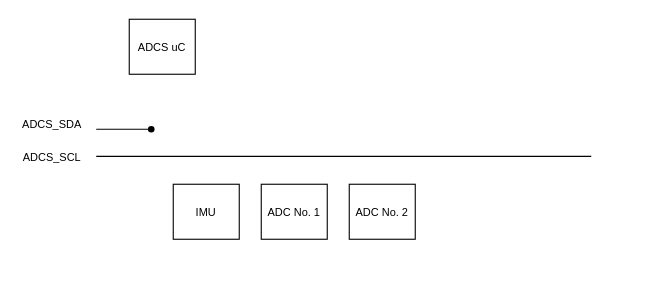
Earlier version of the draw.io diagram ADCS/media/adcs_network.drawio (Quetzal-1-CubeSat-Team/quetzal1-flight-software). Source tidied: cells renumbered, new cells numbered last; positions are measured from the earlier drawing's top-left corner, leaving out a move shared by most shapes. Both pictures are drawn from the tidied source at 110%, with x=0, y=0 at pixel (19, 19).
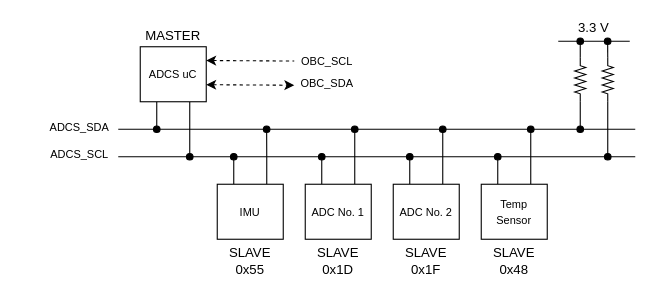
After the change.

Commit message (it also covers changes not shown here):
Added adcs_network (#3)

Change to the diagram source:
```diff
@@
+    <mxCell id="11" style="edgeStyle=orthogonalEdgeStyle;rounded=0;jettySize=auto;html=1;exitX=0.25;exitY=1;exitDx=0;exitDy=0;endArrow=oval;endFill=1;" parent="1" edge="1" source="2">
+      <mxGeometry relative="1" as="geometry">
+        <mxPoint x="125" y="100" as="targetPoint" />
+      </mxGeometry>
+    </mxCell>
+    <mxCell id="12" style="edgeStyle=orthogonalEdgeStyle;rounded=0;jettySize=auto;html=1;exitX=0.75;exitY=1;exitDx=0;exitDy=0;endArrow=oval;endFill=1;" parent="1" edge="1" source="2">
+      <mxGeometry relative="1" as="geometry">
+        <mxPoint x="155" y="125" as="targetPoint" />
+      </mxGeometry>
+    </mxCell>
     <mxCell id="2" value="&lt;font style=&quot;font-size: 10px;&quot;&gt;ADCS uC&lt;/font&gt;" style="rounded=0;whiteSpace=wrap;html=1;" parent="1" vertex="1">
-      <mxGeometry x="100" width="60" height="50" as="geometry" />
+      <mxGeometry x="110" y="25" width="60" height="50" as="geometry" />
     </mxCell>
+    <mxCell id="13" style="edgeStyle=orthogonalEdgeStyle;rounded=0;jettySize=auto;html=1;exitX=0.25;exitY=0;exitDx=0;exitDy=0;endArrow=oval;endFill=1;" parent="1" edge="1" source="3">
+      <mxGeometry relative="1" as="geometry">
+        <mxPoint x="195" y="125" as="targetPoint" />
+      </mxGeometry>
+    </mxCell>
+    <mxCell id="14" style="edgeStyle=orthogonalEdgeStyle;rounded=0;jettySize=auto;html=1;exitX=0.75;exitY=0;exitDx=0;exitDy=0;endArrow=oval;endFill=1;" parent="1" edge="1" source="3">
+      <mxGeometry relative="1" as="geometry">
+        <mxPoint x="224.9" y="100" as="targetPoint" />
+      </mxGeometry>
+    </mxCell>
     <mxCell id="3" value="&lt;font style=&quot;font-size: 10px;&quot;&gt;IMU&lt;/font&gt;" style="rounded=0;whiteSpace=wrap;html=1;" parent="1" vertex="1">
-      <mxGeometry x="140" y="150" width="60" height="50" as="geometry" />
+      <mxGeometry x="180" y="150" width="60" height="50" as="geometry" />
     </mxCell>
+    <mxCell id="15" style="edgeStyle=orthogonalEdgeStyle;rounded=0;jettySize=auto;html=1;exitX=0.25;exitY=0;exitDx=0;exitDy=0;endArrow=oval;endFill=1;" parent="1" edge="1" source="4">
+      <mxGeometry relative="1" as="geometry">
+        <mxPoint x="275" y="125" as="targetPoint" />
+      </mxGeometry>
+    </mxCell>
+    <mxCell id="16" style="edgeStyle=orthogonalEdgeStyle;rounded=0;jettySize=auto;html=1;exitX=0.75;exitY=0;exitDx=0;exitDy=0;endArrow=oval;endFill=1;" parent="1" edge="1" source="4">
+      <mxGeometry relative="1" as="geometry">
+        <mxPoint x="305" y="100" as="targetPoint" />
+      </mxGeometry>
+    </mxCell>
     <mxCell id="4" value="&lt;span style=&quot;font-size: 10px;&quot;&gt;ADC No. 1&lt;/span&gt;" style="rounded=0;whiteSpace=wrap;html=1;" parent="1" vertex="1">
-      <mxGeometry x="220" y="150" width="60" height="50" as="geometry" />
+      <mxGeometry x="260" y="150" width="60" height="50" as="geometry" />
     </mxCell>
+    <mxCell id="17" style="edgeStyle=orthogonalEdgeStyle;rounded=0;jettySize=auto;html=1;exitX=0.25;exitY=0;exitDx=0;exitDy=0;endArrow=oval;endFill=1;" parent="1" edge="1" source="5">
+      <mxGeometry relative="1" as="geometry">
+        <mxPoint x="355" y="125" as="targetPoint" />
+      </mxGeometry>
+    </mxCell>
+    <mxCell id="18" style="edgeStyle=orthogonalEdgeStyle;rounded=0;jettySize=auto;html=1;exitX=0.75;exitY=0;exitDx=0;exitDy=0;endArrow=oval;endFill=1;" parent="1" edge="1" source="5">
+      <mxGeometry relative="1" as="geometry">
+        <mxPoint x="385" y="100" as="targetPoint" />
+      </mxGeometry>
+    </mxCell>
     <mxCell id="5" value="&lt;span style=&quot;font-size: 10px;&quot;&gt;ADC No. 2&lt;/span&gt;" style="rounded=0;whiteSpace=wrap;html=1;" parent="1" vertex="1">
-      <mxGeometry x="300" y="150" width="60" height="50" as="geometry" />
+      <mxGeometry x="340" y="150" width="60" height="50" as="geometry" />
     </mxCell>
     <mxCell id="6" value="ADCS_SDA" style="text;html=1;strokeColor=none;fillColor=none;align=center;verticalAlign=middle;whiteSpace=wrap;rounded=0;fontSize=10;" parent="1" vertex="1">
-      <mxGeometry y="80" width="60" height="30" as="geometry" />
+      <mxGeometry x="25" y="90" width="60" height="15" as="geometry" />
     </mxCell>
     <mxCell id="7" value="ADCS_SCL" style="text;html=1;strokeColor=none;fillColor=none;align=center;verticalAlign=middle;whiteSpace=wrap;rounded=0;fontSize=10;" parent="1" vertex="1">
-      <mxGeometry y="110" width="60" height="30" as="geometry" />
+      <mxGeometry x="25" y="115" width="60" height="15" as="geometry" />
     </mxCell>
-    <mxCell id="8" style="endArrow=none;html=1;rounded=0;fontSize=10;startArrow=none;" parent="1" edge="1" source="10">
+    <mxCell id="8" style="endArrow=none;html=1;rounded=0;fontSize=10;startArrow=none;" parent="1" edge="1">
       <mxGeometry relative="1" as="geometry">
-        <mxPoint x="70" y="100" as="targetPoint" />
+        <mxPoint x="560" y="100" as="sourcePoint" />
+        <mxPoint x="90" y="100" as="targetPoint" />
       </mxGeometry>
     </mxCell>
     <mxCell id="9" style="endArrow=none;html=1;rounded=0;fontSize=10;" parent="1" edge="1">
       <mxGeometry relative="1" as="geometry">
-        <mxPoint x="520" y="124.7" as="sourcePoint" />
-        <mxPoint x="70" y="124.7" as="targetPoint" />
+        <mxPoint x="560" y="125" as="sourcePoint" />
+        <mxPoint x="90" y="125" as="targetPoint" />
       </mxGeometry>
     </mxCell>
-    <mxCell id="10" style="shape=waypoint;sketch=0;fillStyle=solid;size=6;points=[];fillColor=none;perimeter=centerPerimeter;snapToPoint=1;fontSize=10;" parent="1" vertex="1">
-      <mxGeometry x="100" y="80" width="40" height="40" as="geometry" />
-    </mxCell>
+    <mxCell id="19" value="MASTER" style="text;html=1;strokeColor=none;fillColor=none;align=center;verticalAlign=middle;whiteSpace=wrap;rounded=0;" parent="1" vertex="1">
+      <mxGeometry x="110" y="5" width="60" height="20" as="geometry" />
+    </mxCell>
+    <mxCell id="20" style="edgeStyle=orthogonalEdgeStyle;rounded=0;jettySize=auto;html=1;exitX=0.25;exitY=0;exitDx=0;exitDy=0;endArrow=oval;endFill=1;" parent="1" edge="1" source="22">
+      <mxGeometry relative="1" as="geometry">
+        <mxPoint x="435" y="125" as="targetPoint" />
+      </mxGeometry>
+    </mxCell>
+    <mxCell id="21" style="edgeStyle=orthogonalEdgeStyle;rounded=0;jettySize=auto;html=1;exitX=0.75;exitY=0;exitDx=0;exitDy=0;endArrow=oval;endFill=1;" parent="1" edge="1" source="22">
+      <mxGeometry relative="1" as="geometry">
+        <mxPoint x="465" y="100" as="targetPoint" />
+      </mxGeometry>
+    </mxCell>
+    <mxCell id="22" value="&lt;span style=&quot;font-size: 10px;&quot;&gt;Temp Sensor&lt;/span&gt;" style="rounded=0;whiteSpace=wrap;html=1;" parent="1" vertex="1">
+      <mxGeometry x="420" y="150" width="60" height="50" as="geometry" />
+    </mxCell>
+    <mxCell id="23" style="edgeStyle=orthogonalEdgeStyle;rounded=0;jettySize=auto;html=1;exitX=0;exitY=0.5;exitDx=0;exitDy=0;exitPerimeter=0;endArrow=oval;endFill=1;" parent="1" edge="1" source="25">
+      <mxGeometry relative="1" as="geometry">
+        <mxPoint x="510" y="100" as="targetPoint" />
+      </mxGeometry>
+    </mxCell>
+    <mxCell id="24" style="edgeStyle=orthogonalEdgeStyle;rounded=0;jettySize=auto;html=1;exitX=1;exitY=0.5;exitDx=0;exitDy=0;exitPerimeter=0;endArrow=oval;endFill=1;" parent="1" edge="1" source="25">
+      <mxGeometry relative="1" as="geometry">
+        <mxPoint x="510" y="20" as="targetPoint" />
+      </mxGeometry>
+    </mxCell>
+    <mxCell id="25" style="verticalLabelPosition=bottom;shadow=0;dashed=0;align=center;html=1;verticalAlign=top;shape=mxgraph.electrical.resistors.resistor_2;rotation=-90;" parent="1" vertex="1">
+      <mxGeometry x="490" y="50" width="40" height="10" as="geometry" />
+    </mxCell>
+    <mxCell id="26" style="edgeStyle=orthogonalEdgeStyle;rounded=0;jettySize=auto;html=1;exitX=0;exitY=0.5;exitDx=0;exitDy=0;exitPerimeter=0;endArrow=oval;endFill=1;" parent="1" edge="1" source="28">
+      <mxGeometry relative="1" as="geometry">
+        <mxPoint x="535" y="125" as="targetPoint" />
+      </mxGeometry>
+    </mxCell>
+    <mxCell id="27" style="edgeStyle=orthogonalEdgeStyle;rounded=0;jettySize=auto;html=1;exitX=1;exitY=0.5;exitDx=0;exitDy=0;exitPerimeter=0;endArrow=oval;endFill=1;" parent="1" edge="1" source="28">
+      <mxGeometry relative="1" as="geometry">
+        <mxPoint x="534.9" y="20" as="targetPoint" />
+      </mxGeometry>
+    </mxCell>
+    <mxCell id="28" style="verticalLabelPosition=bottom;shadow=0;dashed=0;align=center;html=1;verticalAlign=top;shape=mxgraph.electrical.resistors.resistor_2;rotation=-90;" parent="1" vertex="1">
+      <mxGeometry x="515" y="50" width="40" height="10" as="geometry" />
+    </mxCell>
+    <mxCell id="29" style="endArrow=none;html=1;rounded=0;" parent="1" edge="1">
+      <mxGeometry relative="1" as="geometry">
+        <mxPoint x="490" y="20" as="sourcePoint" />
+        <mxPoint x="555" y="20" as="targetPoint" />
+      </mxGeometry>
+    </mxCell>
+    <mxCell id="30" value="3.3 V" style="text;html=1;strokeColor=none;fillColor=none;align=center;verticalAlign=middle;whiteSpace=wrap;rounded=0;" parent="1" vertex="1">
+      <mxGeometry x="490" width="65" height="15" as="geometry" />
+    </mxCell>
+    <mxCell id="31" value="SLAVE&lt;br&gt;0x55" style="text;html=1;strokeColor=none;fillColor=none;align=center;verticalAlign=middle;whiteSpace=wrap;rounded=0;" parent="1" vertex="1">
+      <mxGeometry x="180" y="205" width="60" height="30" as="geometry" />
+    </mxCell>
+    <mxCell id="32" value="SLAVE&lt;br&gt;0x1D" style="text;html=1;strokeColor=none;fillColor=none;align=center;verticalAlign=middle;whiteSpace=wrap;rounded=0;" parent="1" vertex="1">
+      <mxGeometry x="260" y="205" width="60" height="30" as="geometry" />
+    </mxCell>
+    <mxCell id="33" value="SLAVE&lt;br&gt;0x1F" style="text;html=1;strokeColor=none;fillColor=none;align=center;verticalAlign=middle;whiteSpace=wrap;rounded=0;" parent="1" vertex="1">
+      <mxGeometry x="340" y="205" width="60" height="30" as="geometry" />
+    </mxCell>
+    <mxCell id="34" value="SLAVE&lt;br&gt;0x48" style="text;html=1;strokeColor=none;fillColor=none;align=center;verticalAlign=middle;whiteSpace=wrap;rounded=0;" parent="1" vertex="1">
+      <mxGeometry x="420" y="205" width="60" height="30" as="geometry" />
+    </mxCell>
+    <mxCell id="35" style="endArrow=none;startArrow=classic;html=1;rounded=0;exitX=1;exitY=0.25;exitDx=0;exitDy=0;endFill=0;dashed=1;" parent="1" edge="1" source="2">
+      <mxGeometry relative="1" as="geometry">
+        <mxPoint x="250" y="38" as="targetPoint" />
+      </mxGeometry>
+    </mxCell>
+    <mxCell id="36" style="endArrow=classic;startArrow=classic;html=1;rounded=0;exitX=1;exitY=0.25;exitDx=0;exitDy=0;endFill=1;dashed=1;" parent="1" edge="1">
+      <mxGeometry relative="1" as="geometry">
+        <mxPoint x="170" y="59.5" as="sourcePoint" />
+        <mxPoint x="250" y="60" as="targetPoint" />
+      </mxGeometry>
+    </mxCell>
+    <mxCell id="37" value="OBC_SDA" style="text;html=1;strokeColor=none;fillColor=none;align=center;verticalAlign=middle;whiteSpace=wrap;rounded=0;fontSize=10;" parent="1" vertex="1">
+      <mxGeometry x="255" y="50" width="50" height="15" as="geometry" />
+    </mxCell>
+    <mxCell id="38" value="OBC_SCL" style="text;html=1;strokeColor=none;fillColor=none;align=center;verticalAlign=middle;whiteSpace=wrap;rounded=0;fontSize=10;" parent="1" vertex="1">
+      <mxGeometry x="255" y="30" width="50" height="15" as="geometry" />
+    </mxCell>
```
